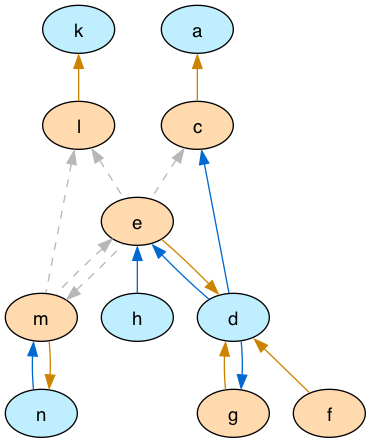
This is lib/graph/arg_pw1_graph_colored.png from idaks/Games-and-Argumentation, a Graphviz export, as it was before one commit. Its source is kept beside it as lib/graph/arg_pw1_graph_colored.dot.
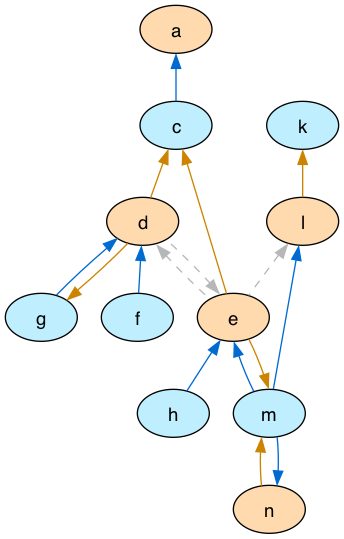
After the change.

The edit, as a diff of the source:
```diff
@@ -1,25 +1,25 @@
 digraph G {
   node [shape=oval style=filled fontname=Helvetica fontsize=14]
-  node [fillcolor="#ffdaaf" fontcolor="#000000"] c l e m f g;
-  node [fillcolor="#bfefff" fontcolor="#000000"] a k d h n;
+  node [fillcolor="#ffdaaf" fontcolor="#000000"] a l d e n;
+  node [fillcolor="#bfefff" fontcolor="#000000"] c k m f g h;
   node [fillcolor="white" fontcolor="black"];
-  edge [dir=back, color="#cc8400", style="solid"]
+  edge [dir=back, color="#006ad1", style="solid"]
         "a" -> "c"
-        "k" -> "l"
-        "d" -> "e"
+        "l" -> "m"
+        "e" -> "m"
         "d" -> "f"
         "d" -> "g"
+        "e" -> "h"
         "n" -> "m"
-  edge [dir=back, color="#006ad1", style="solid"]
+  edge [dir=back, color="#cc8400", style="solid"]
+        "k" -> "l"
         "c" -> "d"
-        "e" -> "d"
+        "c" -> "e"
+        "m" -> "e"
         "g" -> "d"
-        "e" -> "h"
         "m" -> "n"
   edge [dir=back, color="#b7b7b7", style="dashed"]
-        "c" -> "e"
         "l" -> "e"
-        "l" -> "m"
-        "e" -> "m"
-        "m" -> "e"
+        "d" -> "e"
+        "e" -> "d"
 }
```
